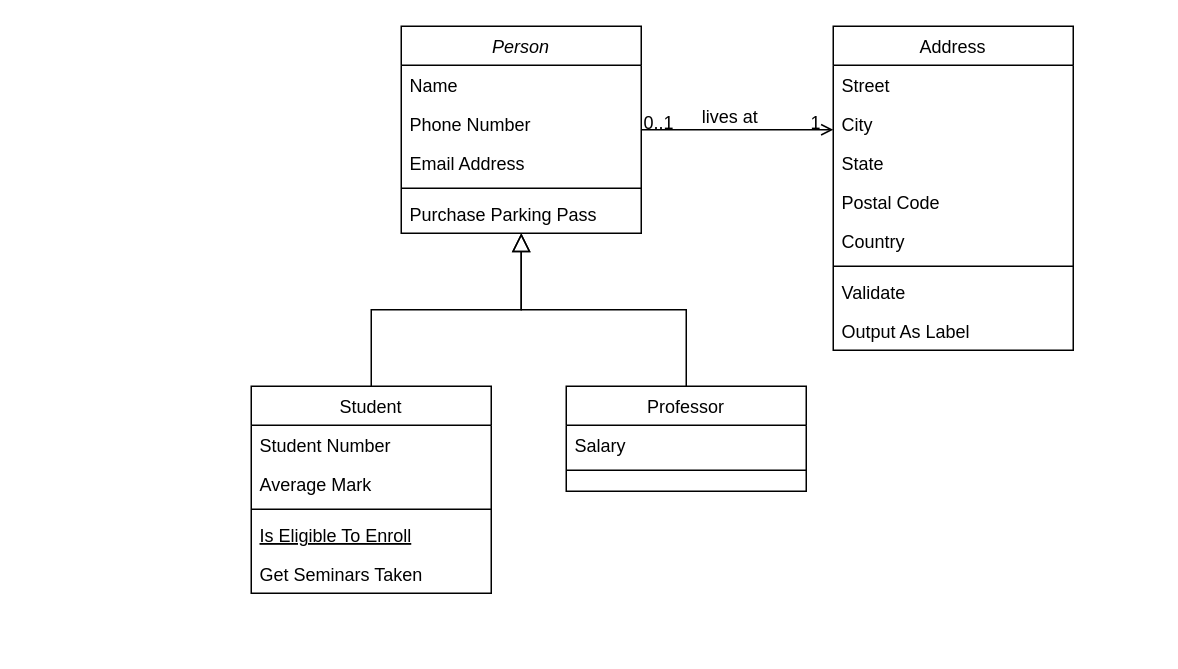
jiazhe1412/data_structure keeps this draw.io diagram as diagram/data_structure.drawio. Above is the earlier version. Source tidied: cells renumbered, new cells numbered last; positions are measured from the earlier drawing's top-left corner, leaving out a move shared by most shapes. Both pictures are drawn from the tidied source at 150%, with x=0, y=0 at pixel (250, 26).
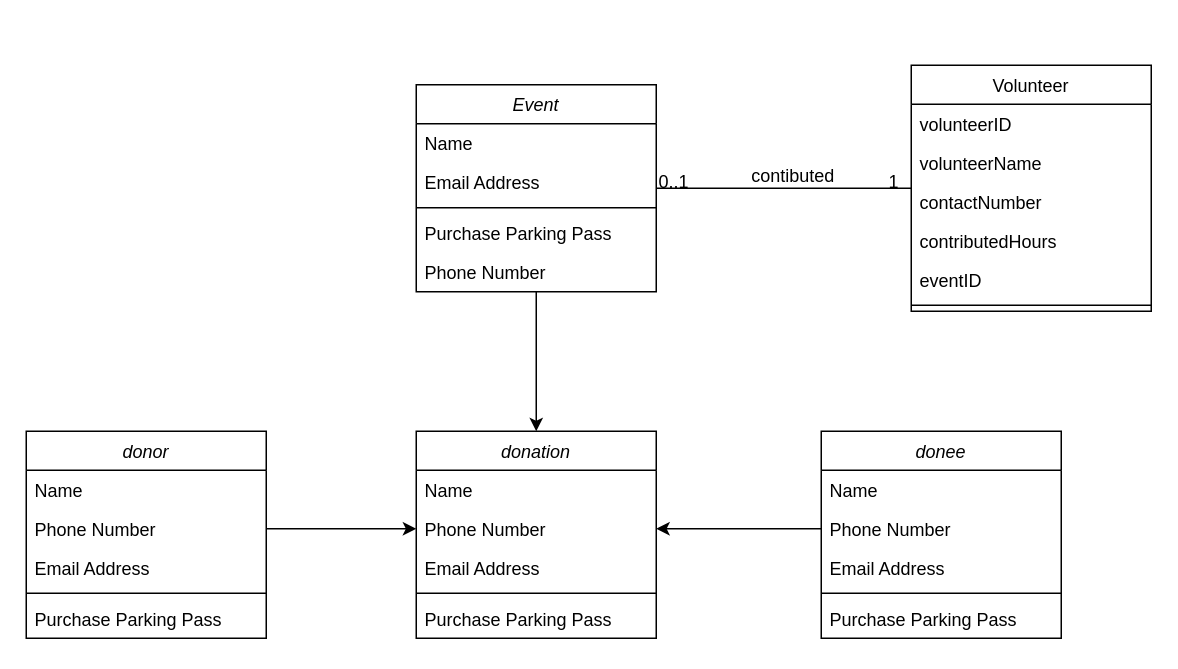
The same page after the edit.

Change to the diagram source:
```diff
@@
+    <mxCell id="32" style="edgeStyle=orthogonalEdgeStyle;rounded=0;jettySize=auto;html=1;entryX=0.5;entryY=0;entryDx=0;entryDy=0;" parent="1" edge="1" source="2" target="39">
+      <mxGeometry relative="1" as="geometry" />
+    </mxCell>
-    <mxCell id="2" value="Person" style="swimlane;fontStyle=2;align=center;verticalAlign=top;horizontal=1;startSize=26;rounded=0;shadow=0;strokeWidth=1;" parent="1" vertex="1">
-      <mxGeometry x="100" width="160" height="138" as="geometry" />
+    <mxCell id="2" value="Event" style="swimlane;fontStyle=2;align=center;verticalAlign=top;horizontal=1;startSize=26;rounded=0;shadow=0;strokeWidth=1;" parent="1" vertex="1">
+      <mxGeometry x="110" y="39" width="160" height="138" as="geometry" />
     </mxCell>
@@
-    <mxCell id="4" value="Phone Number" style="text;align=left;verticalAlign=top;spacingLeft=4;spacingRight=4;overflow=hidden;rounded=0;shadow=0;html=0;" parent="2" vertex="1">
-      <mxGeometry y="52" width="160" height="26" as="geometry" />
-    </mxCell>
     <mxCell id="5" value="Email Address" style="text;align=left;verticalAlign=top;spacingLeft=4;spacingRight=4;overflow=hidden;rounded=0;shadow=0;html=0;" parent="2" vertex="1">
-      <mxGeometry y="78" width="160" height="26" as="geometry" />
+      <mxGeometry y="52" width="160" height="26" as="geometry" />
     </mxCell>
     <mxCell id="6" style="line;html=1;strokeWidth=1;align=left;verticalAlign=middle;spacingTop=-1;spacingLeft=3;spacingRight=3;labelPosition=right;" parent="2" vertex="1">
-      <mxGeometry y="104" width="160" height="8" as="geometry" />
+      <mxGeometry y="78" width="160" height="8" as="geometry" />
     </mxCell>
     <mxCell id="7" value="Purchase Parking Pass" style="text;align=left;verticalAlign=top;spacingLeft=4;spacingRight=4;overflow=hidden;" parent="2" vertex="1">
-      <mxGeometry y="112" width="160" height="26" as="geometry" />
+      <mxGeometry y="86" width="160" height="26" as="geometry" />
     </mxCell>
-    <mxCell id="8" value="Student" style="swimlane;fontStyle=0;align=center;verticalAlign=top;horizontal=1;startSize=26;rounded=0;shadow=0;strokeWidth=1;" parent="1" vertex="1">
-      <mxGeometry y="240" width="160" height="138" as="geometry" />
-    </mxCell>
-    <mxCell id="9" value="Student Number" style="text;align=left;verticalAlign=top;spacingLeft=4;spacingRight=4;overflow=hidden;" parent="8" vertex="1">
-      <mxGeometry y="26" width="160" height="26" as="geometry" />
-    </mxCell>
-    <mxCell id="10" value="Average Mark" style="text;align=left;verticalAlign=top;spacingLeft=4;spacingRight=4;overflow=hidden;rounded=0;shadow=0;html=0;" parent="8" vertex="1">
-      <mxGeometry y="52" width="160" height="26" as="geometry" />
-    </mxCell>
-    <mxCell id="11" style="line;html=1;strokeWidth=1;align=left;verticalAlign=middle;spacingTop=-1;spacingLeft=3;spacingRight=3;labelPosition=right;" parent="8" vertex="1">
-      <mxGeometry y="78" width="160" height="8" as="geometry" />
-    </mxCell>
-    <mxCell id="12" value="Is Eligible To Enroll" style="text;align=left;verticalAlign=top;spacingLeft=4;spacingRight=4;overflow=hidden;fontStyle=4;" parent="8" vertex="1">
-      <mxGeometry y="86" width="160" height="26" as="geometry" />
-    </mxCell>
-    <mxCell id="13" value="Get Seminars Taken" style="text;align=left;verticalAlign=top;spacingLeft=4;spacingRight=4;overflow=hidden;" parent="8" vertex="1">
-      <mxGeometry y="112" width="160" height="26" as="geometry" />
-    </mxCell>
-    <mxCell id="14" style="endArrow=block;endSize=10;endFill=0;shadow=0;strokeWidth=1;rounded=0;curved=0;edgeStyle=elbowEdgeStyle;elbow=vertical;" parent="1" edge="1" source="8" target="2">
-      <mxGeometry relative="1" as="geometry" />
-    </mxCell>
-    <mxCell id="15" value="Professor" style="swimlane;fontStyle=0;align=center;verticalAlign=top;horizontal=1;startSize=26;rounded=0;shadow=0;strokeWidth=1;" parent="1" vertex="1">
-      <mxGeometry x="210" y="240" width="160" height="70" as="geometry" />
-    </mxCell>
-    <mxCell id="16" value="Salary" style="text;align=left;verticalAlign=top;spacingLeft=4;spacingRight=4;overflow=hidden;" parent="15" vertex="1">
-      <mxGeometry y="26" width="160" height="26" as="geometry" />
-    </mxCell>
-    <mxCell id="17" style="line;html=1;strokeWidth=1;align=left;verticalAlign=middle;spacingTop=-1;spacingLeft=3;spacingRight=3;labelPosition=right;" parent="15" vertex="1">
-      <mxGeometry y="52" width="160" height="8" as="geometry" />
-    </mxCell>
-    <mxCell id="18" style="endArrow=block;endSize=10;endFill=0;shadow=0;strokeWidth=1;rounded=0;curved=0;edgeStyle=elbowEdgeStyle;elbow=vertical;" parent="1" edge="1" source="15" target="2">
-      <mxGeometry relative="1" as="geometry" />
-    </mxCell>
+    <mxCell id="4" value="Phone Number" style="text;align=left;verticalAlign=top;spacingLeft=4;spacingRight=4;overflow=hidden;rounded=0;shadow=0;html=0;" parent="2" vertex="1">
+      <mxGeometry y="112" width="160" height="26" as="geometry" />
+    </mxCell>
-    <mxCell id="19" value="Address" style="swimlane;fontStyle=0;align=center;verticalAlign=top;horizontal=1;startSize=26;rounded=0;shadow=0;strokeWidth=1;" parent="1" vertex="1">
-      <mxGeometry x="388" width="160" height="216" as="geometry" />
+    <mxCell id="19" value="Volunteer" style="swimlane;fontStyle=0;align=center;verticalAlign=top;horizontal=1;startSize=26;rounded=0;shadow=0;strokeWidth=1;" parent="1" vertex="1">
+      <mxGeometry x="440" y="26" width="160" height="164" as="geometry" />
     </mxCell>
-    <mxCell id="20" value="Street" style="text;align=left;verticalAlign=top;spacingLeft=4;spacingRight=4;overflow=hidden;" parent="19" vertex="1">
+    <mxCell id="20" value="volunteerID" style="text;align=left;verticalAlign=top;spacingLeft=4;spacingRight=4;overflow=hidden;" parent="19" vertex="1">
       <mxGeometry y="26" width="160" height="26" as="geometry" />
     </mxCell>
-    <mxCell id="21" value="City" style="text;align=left;verticalAlign=top;spacingLeft=4;spacingRight=4;overflow=hidden;rounded=0;shadow=0;html=0;" parent="19" vertex="1">
+    <mxCell id="21" value="volunteerName" style="text;align=left;verticalAlign=top;spacingLeft=4;spacingRight=4;overflow=hidden;rounded=0;shadow=0;html=0;" parent="19" vertex="1">
       <mxGeometry y="52" width="160" height="26" as="geometry" />
     </mxCell>
-    <mxCell id="22" value="State" style="text;align=left;verticalAlign=top;spacingLeft=4;spacingRight=4;overflow=hidden;rounded=0;shadow=0;html=0;" parent="19" vertex="1">
+    <mxCell id="22" value="contactNumber" style="text;align=left;verticalAlign=top;spacingLeft=4;spacingRight=4;overflow=hidden;rounded=0;shadow=0;html=0;" parent="19" vertex="1">
       <mxGeometry y="78" width="160" height="26" as="geometry" />
     </mxCell>
-    <mxCell id="23" value="Postal Code" style="text;align=left;verticalAlign=top;spacingLeft=4;spacingRight=4;overflow=hidden;rounded=0;shadow=0;html=0;" parent="19" vertex="1">
+    <mxCell id="23" value="contributedHours" style="text;align=left;verticalAlign=top;spacingLeft=4;spacingRight=4;overflow=hidden;rounded=0;shadow=0;html=0;" parent="19" vertex="1">
       <mxGeometry y="104" width="160" height="26" as="geometry" />
     </mxCell>
-    <mxCell id="24" value="Country" style="text;align=left;verticalAlign=top;spacingLeft=4;spacingRight=4;overflow=hidden;rounded=0;shadow=0;html=0;" parent="19" vertex="1">
+    <mxCell id="24" value="eventID" style="text;align=left;verticalAlign=top;spacingLeft=4;spacingRight=4;overflow=hidden;rounded=0;shadow=0;html=0;" parent="19" vertex="1">
       <mxGeometry y="130" width="160" height="26" as="geometry" />
     </mxCell>
@@
-    <mxCell id="26" value="Validate" style="text;align=left;verticalAlign=top;spacingLeft=4;spacingRight=4;overflow=hidden;" parent="19" vertex="1">
-      <mxGeometry y="164" width="160" height="26" as="geometry" />
-    </mxCell>
-    <mxCell id="27" value="Output As Label" style="text;align=left;verticalAlign=top;spacingLeft=4;spacingRight=4;overflow=hidden;" parent="19" vertex="1">
-      <mxGeometry y="190" width="160" height="26" as="geometry" />
-    </mxCell>
-    <mxCell id="28" style="endArrow=open;shadow=0;strokeWidth=1;rounded=0;curved=0;endFill=1;edgeStyle=elbowEdgeStyle;elbow=vertical;" parent="1" edge="1" source="2" target="19">
+    <mxCell id="28" style="endArrow=none;shadow=0;strokeWidth=1;rounded=0;curved=0;endFill=0;edgeStyle=elbowEdgeStyle;elbow=vertical;" parent="1" edge="1" source="2" target="19">
       <mxGeometry x="0.5" y="41" relative="1" as="geometry">
         <mxPoint x="-40" y="32" as="offset" />
       </mxGeometry>
     </mxCell>
@@
-    <mxCell id="31" value="lives at" style="text;html=1;align=center;verticalAlign=middle;labelBackgroundColor=none;rounded=0;shadow=0;strokeWidth=1;fontSize=12;" parent="28" vertex="1">
+    <mxCell id="31" value="contibuted" style="text;html=1;align=center;verticalAlign=middle;labelBackgroundColor=none;rounded=0;shadow=0;strokeWidth=1;fontSize=12;" parent="28" vertex="1">
       <mxGeometry x="0.5" y="49" relative="1" as="geometry">
         <mxPoint x="-38" y="40" as="offset" />
       </mxGeometry>
     </mxCell>
+    <mxCell id="33" value="donor" style="swimlane;fontStyle=2;align=center;verticalAlign=top;horizontal=1;startSize=26;rounded=0;shadow=0;strokeWidth=1;" parent="1" vertex="1">
+      <mxGeometry x="-150" y="270" width="160" height="138" as="geometry" />
+    </mxCell>
+    <mxCell id="34" value="Name" style="text;align=left;verticalAlign=top;spacingLeft=4;spacingRight=4;overflow=hidden;" parent="33" vertex="1">
+      <mxGeometry y="26" width="160" height="26" as="geometry" />
+    </mxCell>
+    <mxCell id="35" value="Phone Number" style="text;align=left;verticalAlign=top;spacingLeft=4;spacingRight=4;overflow=hidden;points=[[0,0.5],[1,0.5]];portConstraint=eastwest;rounded=0;shadow=0;html=0;" parent="33" vertex="1">
+      <mxGeometry y="52" width="160" height="26" as="geometry" />
+    </mxCell>
+    <mxCell id="36" value="Email Address" style="text;align=left;verticalAlign=top;spacingLeft=4;spacingRight=4;overflow=hidden;rounded=0;shadow=0;html=0;" parent="33" vertex="1">
+      <mxGeometry y="78" width="160" height="26" as="geometry" />
+    </mxCell>
+    <mxCell id="37" style="line;html=1;strokeWidth=1;align=left;verticalAlign=middle;spacingTop=-1;spacingLeft=3;spacingRight=3;labelPosition=right;" parent="33" vertex="1">
+      <mxGeometry y="104" width="160" height="8" as="geometry" />
+    </mxCell>
+    <mxCell id="38" value="Purchase Parking Pass" style="text;align=left;verticalAlign=top;spacingLeft=4;spacingRight=4;overflow=hidden;" parent="33" vertex="1">
+      <mxGeometry y="112" width="160" height="26" as="geometry" />
+    </mxCell>
+    <mxCell id="39" value="donation" style="swimlane;fontStyle=2;align=center;verticalAlign=top;horizontal=1;startSize=26;rounded=0;shadow=0;strokeWidth=1;" parent="1" vertex="1">
+      <mxGeometry x="110" y="270" width="160" height="138" as="geometry" />
+    </mxCell>
+    <mxCell id="40" value="Name" style="text;align=left;verticalAlign=top;spacingLeft=4;spacingRight=4;overflow=hidden;" parent="39" vertex="1">
+      <mxGeometry y="26" width="160" height="26" as="geometry" />
+    </mxCell>
+    <mxCell id="41" value="Phone Number" style="text;align=left;verticalAlign=top;spacingLeft=4;spacingRight=4;overflow=hidden;points=[[0,0.5],[1,0.5]];portConstraint=eastwest;rounded=0;shadow=0;html=0;" parent="39" vertex="1">
+      <mxGeometry y="52" width="160" height="26" as="geometry" />
+    </mxCell>
+    <mxCell id="42" value="Email Address" style="text;align=left;verticalAlign=top;spacingLeft=4;spacingRight=4;overflow=hidden;rounded=0;shadow=0;html=0;" parent="39" vertex="1">
+      <mxGeometry y="78" width="160" height="26" as="geometry" />
+    </mxCell>
+    <mxCell id="43" style="line;html=1;strokeWidth=1;align=left;verticalAlign=middle;spacingTop=-1;spacingLeft=3;spacingRight=3;labelPosition=right;" parent="39" vertex="1">
+      <mxGeometry y="104" width="160" height="8" as="geometry" />
+    </mxCell>
+    <mxCell id="44" value="Purchase Parking Pass" style="text;align=left;verticalAlign=top;spacingLeft=4;spacingRight=4;overflow=hidden;" parent="39" vertex="1">
+      <mxGeometry y="112" width="160" height="26" as="geometry" />
+    </mxCell>
+    <mxCell id="45" value="donee" style="swimlane;fontStyle=2;align=center;verticalAlign=top;horizontal=1;startSize=26;rounded=0;shadow=0;strokeWidth=1;" parent="1" vertex="1">
+      <mxGeometry x="380" y="270" width="160" height="138" as="geometry" />
+    </mxCell>
+    <mxCell id="46" value="Name" style="text;align=left;verticalAlign=top;spacingLeft=4;spacingRight=4;overflow=hidden;" parent="45" vertex="1">
+      <mxGeometry y="26" width="160" height="26" as="geometry" />
+    </mxCell>
+    <mxCell id="47" value="Phone Number" style="text;align=left;verticalAlign=top;spacingLeft=4;spacingRight=4;overflow=hidden;points=[[0,0.5],[1,0.5]];portConstraint=eastwest;rounded=0;shadow=0;html=0;" parent="45" vertex="1">
+      <mxGeometry y="52" width="160" height="26" as="geometry" />
+    </mxCell>
+    <mxCell id="48" value="Email Address" style="text;align=left;verticalAlign=top;spacingLeft=4;spacingRight=4;overflow=hidden;rounded=0;shadow=0;html=0;" parent="45" vertex="1">
+      <mxGeometry y="78" width="160" height="26" as="geometry" />
+    </mxCell>
+    <mxCell id="49" style="line;html=1;strokeWidth=1;align=left;verticalAlign=middle;spacingTop=-1;spacingLeft=3;spacingRight=3;labelPosition=right;" parent="45" vertex="1">
+      <mxGeometry y="104" width="160" height="8" as="geometry" />
+    </mxCell>
+    <mxCell id="50" value="Purchase Parking Pass" style="text;align=left;verticalAlign=top;spacingLeft=4;spacingRight=4;overflow=hidden;" parent="45" vertex="1">
+      <mxGeometry y="112" width="160" height="26" as="geometry" />
+    </mxCell>
+    <mxCell id="51" style="edgeStyle=orthogonalEdgeStyle;rounded=0;jettySize=auto;html=1;entryX=1;entryY=0.5;entryDx=0;entryDy=0;" parent="1" edge="1" source="47" target="41">
+      <mxGeometry relative="1" as="geometry" />
+    </mxCell>
+    <mxCell id="52" style="edgeStyle=orthogonalEdgeStyle;rounded=0;jettySize=auto;html=1;exitX=1;exitY=0.5;exitDx=0;exitDy=0;" parent="1" edge="1" source="35" target="41">
+      <mxGeometry relative="1" as="geometry" />
+    </mxCell>
```
